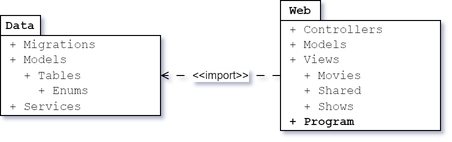
This is docs/images/component.png from Gerisz/Cinema, a draw.io export, as it was before one commit. Source tidied: cells renumbered, new cells last; positions are measured from the earlier drawing's top-left corner, leaving out a move shared by most shapes.
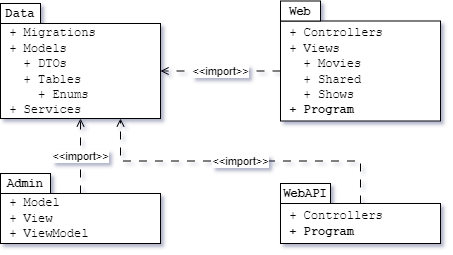
The same file after the commit.

Change to the diagram source:
```diff
@@ -2,26 +2,50 @@
   <root>
     <mxCell id="0" />
     <mxCell id="1" parent="0" />
-    <mxCell id="2" style="group;" parent="1" vertex="1">
-      <mxGeometry y="15" width="160" height="100" as="geometry" />
-    </mxCell>
+    <mxCell id="8" value="&amp;lt;&amp;lt;import&amp;gt;&amp;gt;" style="edgeStyle=orthogonalEdgeStyle;rounded=0;jettySize=auto;html=1;exitX=0;exitY=0.5;exitDx=0;exitDy=0;dashed=1;dashPattern=8 8;endArrow=open;endFill=0;" parent="1" edge="1" source="6" target="3">
+      <mxGeometry relative="1" as="geometry" />
+    </mxCell>
+    <mxCell id="9" style="group;" parent="1" vertex="1">
+      <mxGeometry width="160" height="115" as="geometry" />
+    </mxCell>
-    <mxCell id="3" value="&lt;div&gt;&lt;font face=&quot;Courier New&quot;&gt;&amp;nbsp;+ Migrations&lt;/font&gt;&lt;/div&gt;&lt;div&gt;&lt;font face=&quot;Courier New&quot;&gt;&amp;nbsp;+ Models&lt;/font&gt;&lt;/div&gt;&lt;div&gt;&lt;font face=&quot;Courier New&quot;&gt;&amp;nbsp; &amp;nbsp;+ Tables&lt;/font&gt;&lt;/div&gt;&lt;div&gt;&lt;font face=&quot;Courier New&quot;&gt;&amp;nbsp; &amp;nbsp; &amp;nbsp;+ Enums&lt;/font&gt;&lt;/div&gt;&lt;div&gt;&lt;font face=&quot;Courier New&quot;&gt;&amp;nbsp;+ Services&lt;/font&gt;&lt;/div&gt;" style="rounded=0;whiteSpace=wrap;html=1;align=left;" parent="2" vertex="1">
-      <mxGeometry y="20" width="160" height="80" as="geometry" />
+    <mxCell id="3" value="&lt;div&gt;&lt;font face=&quot;Courier New&quot;&gt;&amp;nbsp;+ Migrations&lt;/font&gt;&lt;/div&gt;&lt;div&gt;&lt;font face=&quot;Courier New&quot;&gt;&amp;nbsp;+ Models&lt;/font&gt;&lt;/div&gt;&lt;div&gt;&lt;font face=&quot;Courier New&quot;&gt;&amp;nbsp; &amp;nbsp;+ DTOs&lt;/font&gt;&lt;/div&gt;&lt;div&gt;&lt;font face=&quot;Courier New&quot;&gt;&amp;nbsp; &amp;nbsp;+ Tables&lt;/font&gt;&lt;/div&gt;&lt;div&gt;&lt;font face=&quot;Courier New&quot;&gt;&amp;nbsp; &amp;nbsp; &amp;nbsp;+ Enums&lt;/font&gt;&lt;/div&gt;&lt;div&gt;&lt;font face=&quot;Courier New&quot;&gt;&amp;nbsp;+ Services&lt;/font&gt;&lt;/div&gt;" style="rounded=0;whiteSpace=wrap;html=1;align=left;" parent="9" vertex="1">
+      <mxGeometry y="20" width="160" height="95" as="geometry" />
     </mxCell>
-    <mxCell id="4" value="&lt;font face=&quot;Courier New&quot;&gt;Data&lt;/font&gt;" style="rounded=0;whiteSpace=wrap;html=1;fontStyle=1;" parent="2" vertex="1">
+    <mxCell id="4" value="&lt;font face=&quot;Courier New&quot;&gt;Data&lt;/font&gt;" style="rounded=0;whiteSpace=wrap;html=1;fontStyle=1;" parent="9" vertex="1">
       <mxGeometry width="40" height="20" as="geometry" />
     </mxCell>
-    <mxCell id="5" style="group;" parent="1" vertex="1">
-      <mxGeometry x="280" width="160" height="130" as="geometry" />
-    </mxCell>
+    <mxCell id="10" style="group;" parent="1" vertex="1">
+      <mxGeometry x="280" y="180" width="160" height="60" as="geometry" />
+    </mxCell>
+    <mxCell id="11" value="&lt;div&gt;&lt;font face=&quot;Courier New&quot;&gt;&amp;nbsp;+ Controllers&lt;/font&gt;&lt;/div&gt;&lt;div&gt;&lt;font face=&quot;Courier New&quot;&gt;&amp;nbsp;&lt;b&gt;+&lt;/b&gt; &lt;b&gt;Program&lt;/b&gt;&lt;/font&gt;&lt;/div&gt;" style="rounded=0;whiteSpace=wrap;html=1;align=left;" parent="10" vertex="1">
+      <mxGeometry y="20" width="160" height="40" as="geometry" />
+    </mxCell>
+    <mxCell id="12" value="&lt;font face=&quot;Courier New&quot;&gt;WebAPI&lt;/font&gt;" style="rounded=0;whiteSpace=wrap;html=1;fontStyle=1;" parent="10" vertex="1">
+      <mxGeometry width="50" height="20" as="geometry" />
+    </mxCell>
+    <mxCell id="13" style="group;" parent="1" vertex="1">
+      <mxGeometry x="280" y="-2.5" width="160" height="120" as="geometry" />
+    </mxCell>
-    <mxCell id="6" value="&lt;div&gt;&lt;font face=&quot;Courier New&quot;&gt;&amp;nbsp;+ Controllers&lt;/font&gt;&lt;/div&gt;&lt;div&gt;&lt;font face=&quot;Courier New&quot;&gt;&amp;nbsp;+ Models&lt;/font&gt;&lt;/div&gt;&lt;div&gt;&lt;font face=&quot;Courier New&quot;&gt;&amp;nbsp;+ Views&lt;/font&gt;&lt;/div&gt;&lt;div&gt;&lt;font face=&quot;Courier New&quot;&gt;&amp;nbsp; &amp;nbsp;+ Movies&lt;/font&gt;&lt;/div&gt;&lt;div&gt;&lt;font face=&quot;Courier New&quot;&gt;&amp;nbsp; &amp;nbsp;+ Shared&lt;/font&gt;&lt;/div&gt;&lt;div&gt;&lt;font face=&quot;Courier New&quot;&gt;&amp;nbsp; &amp;nbsp;+ Shows&lt;/font&gt;&lt;/div&gt;&lt;div&gt;&lt;font face=&quot;Courier New&quot;&gt;&amp;nbsp;&lt;b&gt;+&lt;/b&gt; &lt;b&gt;Program&lt;/b&gt;&lt;/font&gt;&lt;/div&gt;" style="rounded=0;whiteSpace=wrap;html=1;align=left;" parent="5" vertex="1">
-      <mxGeometry y="20" width="160" height="110" as="geometry" />
+    <mxCell id="6" value="&lt;div&gt;&lt;font face=&quot;Courier New&quot;&gt;&amp;nbsp;+ Controllers&lt;/font&gt;&lt;/div&gt;&lt;div&gt;&lt;font face=&quot;Courier New&quot;&gt;&amp;nbsp;+ Views&lt;/font&gt;&lt;/div&gt;&lt;div&gt;&lt;font face=&quot;Courier New&quot;&gt;&amp;nbsp; &amp;nbsp;+ Movies&lt;/font&gt;&lt;/div&gt;&lt;div&gt;&lt;font face=&quot;Courier New&quot;&gt;&amp;nbsp; &amp;nbsp;+ Shared&lt;/font&gt;&lt;/div&gt;&lt;div&gt;&lt;font face=&quot;Courier New&quot;&gt;&amp;nbsp; &amp;nbsp;+ Shows&lt;/font&gt;&lt;/div&gt;&lt;div&gt;&lt;font face=&quot;Courier New&quot;&gt;&amp;nbsp;&lt;b&gt;+&lt;/b&gt; &lt;b&gt;Program&lt;/b&gt;&lt;/font&gt;&lt;/div&gt;" style="rounded=0;whiteSpace=wrap;html=1;align=left;" parent="13" vertex="1">
+      <mxGeometry y="20" width="160" height="100" as="geometry" />
     </mxCell>
-    <mxCell id="7" value="&lt;font face=&quot;Courier New&quot;&gt;Web&lt;/font&gt;" style="rounded=0;whiteSpace=wrap;html=1;fontStyle=1;" parent="5" vertex="1">
+    <mxCell id="7" value="&lt;font face=&quot;Courier New&quot;&gt;Web&lt;/font&gt;" style="rounded=0;whiteSpace=wrap;html=1;fontStyle=1;" parent="13" vertex="1">
       <mxGeometry width="40" height="20" as="geometry" />
     </mxCell>
-    <mxCell id="8" value="&amp;lt;&amp;lt;import&amp;gt;&amp;gt;" style="edgeStyle=orthogonalEdgeStyle;rounded=0;jettySize=auto;html=1;exitX=0;exitY=0.5;exitDx=0;exitDy=0;dashed=1;dashPattern=8 8;endArrow=open;endFill=0;" parent="1" edge="1" source="6" target="3">
-      <mxGeometry relative="1" as="geometry" />
-    </mxCell>
+    <mxCell id="14" style="group;" parent="1" vertex="1">
+      <mxGeometry y="170" width="160" height="70" as="geometry" />
+    </mxCell>
+    <mxCell id="15" value="&lt;font face=&quot;Courier New&quot;&gt;&amp;nbsp;+ Model&lt;/font&gt;&lt;div&gt;&lt;font face=&quot;Courier New&quot;&gt;&amp;nbsp;+ View&lt;/font&gt;&lt;/div&gt;&lt;div&gt;&lt;font face=&quot;Courier New&quot;&gt;&amp;nbsp;+ ViewModel&lt;/font&gt;&lt;/div&gt;" style="rounded=0;whiteSpace=wrap;html=1;align=left;" parent="14" vertex="1">
+      <mxGeometry y="20" width="160" height="50" as="geometry" />
+    </mxCell>
+    <mxCell id="16" value="&lt;font face=&quot;Courier New&quot;&gt;Admin&lt;/font&gt;" style="rounded=0;whiteSpace=wrap;html=1;fontStyle=1;" parent="14" vertex="1">
+      <mxGeometry width="50" height="20" as="geometry" />
+    </mxCell>
+    <mxCell id="17" value="&amp;lt;&amp;lt;import&amp;gt;&amp;gt;" style="edgeStyle=orthogonalEdgeStyle;rounded=0;jettySize=auto;html=1;exitX=0.5;exitY=0;exitDx=0;exitDy=0;dashed=1;dashPattern=8 8;endArrow=open;endFill=0;entryX=0.5;entryY=1;entryDx=0;entryDy=0;" parent="1" edge="1" source="15" target="3">
+      <mxGeometry relative="1" as="geometry" />
+    </mxCell>
+    <mxCell id="18" value="&amp;lt;&amp;lt;import&amp;gt;&amp;gt;" style="edgeStyle=orthogonalEdgeStyle;rounded=0;jettySize=auto;html=1;exitX=0.5;exitY=0;exitDx=0;exitDy=0;dashed=1;dashPattern=8 8;endArrow=open;endFill=0;entryX=0.75;entryY=1;entryDx=0;entryDy=0;" parent="1" edge="1" source="11" target="3">
+      <mxGeometry relative="1" as="geometry" />
+    </mxCell>
   </root>
 </mxGraphModel>
```
